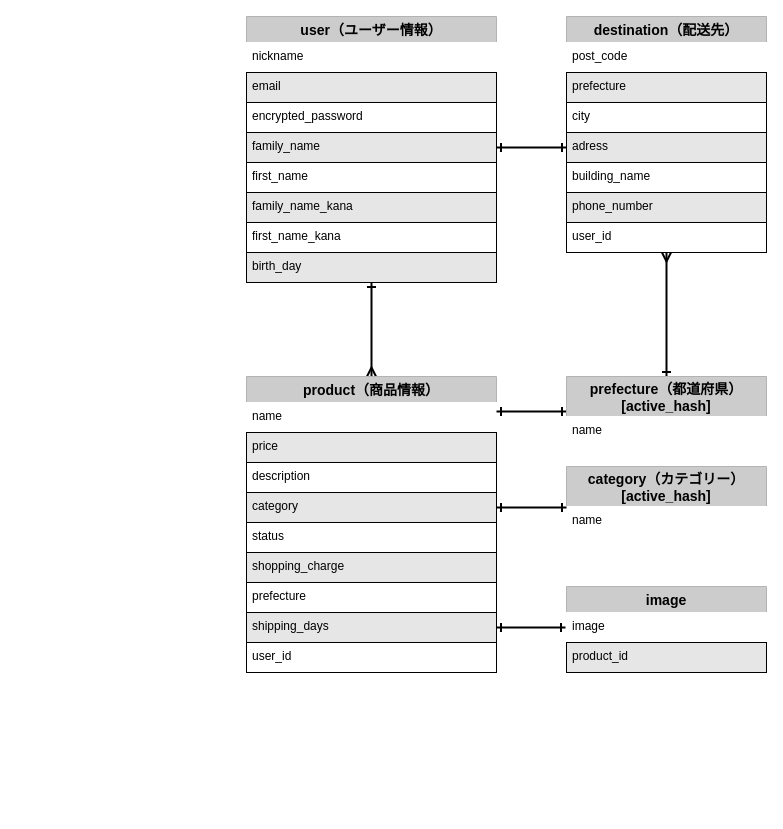
Earlier version of the draw.io diagram database.dio (KatKeeeen/furima-38577-2). Source tidied: cells renumbered, new cells numbered last; positions are measured from the earlier drawing's top-left corner, leaving out a move shared by most shapes. Both pictures are drawn from the tidied source at 100%, with x=0, y=0 at pixel (246, 16).
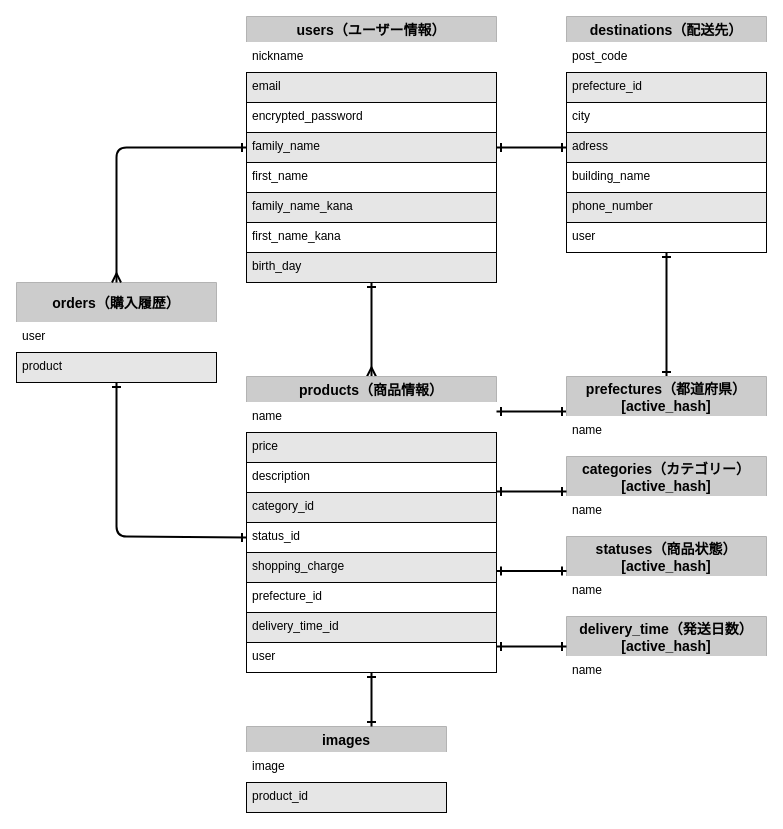
After the change.

Unchanged cells that the change refers to:
```xml
<mxCell id="7" value="family_name" style="text;strokeColor=default;fillColor=#E6E6E6;spacingLeft=4;spacingRight=4;overflow=hidden;points=[[0,0.5],[1,0.5]];portConstraint=eastwest;fontSize=12;fontColor=#000000;" parent="3" vertex="1">
  <mxGeometry y="116" width="250" height="30" as="geometry" />
</mxCell>
<mxCell id="31" value="image" style="text;strokeColor=#FFFFFF;fillColor=#FFFFFF;spacingLeft=4;spacingRight=4;overflow=hidden;points=[[0,0.5],[1,0.5]];portConstraint=eastwest;fontSize=12;perimeterSpacing=1;fontColor=#000000;" parent="30" vertex="1">
  <mxGeometry y="26" width="200" height="30" as="geometry" />
</mxCell>
```

What changed in the source:
```diff
@@
-    <mxCell id="3" value="user（ユーザー情報）" style="swimlane;fontStyle=1;horizontal=1;startSize=26;align=center;fontSize=14;fillColor=#CCCCCC;strokeColor=#B3B3B3;fontColor=#000000;perimeterSpacing=0;" parent="1" vertex="1">
+    <mxCell id="3" value="users（ユーザー情報）" style="swimlane;fontStyle=1;horizontal=1;startSize=26;align=center;fontSize=14;fillColor=#CCCCCC;strokeColor=#B3B3B3;fontColor=#000000;perimeterSpacing=0;" parent="1" vertex="1">
       <mxGeometry width="250" height="266" as="geometry" />
     </mxCell>
@@
-    <mxCell id="12" value="product（商品情報）" style="swimlane;fontStyle=1;horizontal=1;startSize=26;align=center;fontSize=14;fillColor=#CCCCCC;strokeColor=#B3B3B3;fontColor=#000000;perimeterSpacing=0;" parent="1" vertex="1">
+    <mxCell id="12" value="products（商品情報）" style="swimlane;fontStyle=1;horizontal=1;startSize=26;align=center;fontSize=14;fillColor=#CCCCCC;strokeColor=#B3B3B3;fontColor=#000000;perimeterSpacing=0;" parent="1" vertex="1">
       <mxGeometry y="360" width="250" height="296" as="geometry" />
     </mxCell>
@@
-    <mxCell id="16" value="category" style="text;strokeColor=default;fillColor=#E6E6E6;spacingLeft=4;spacingRight=4;overflow=hidden;points=[[0,0.5],[1,0.5]];portConstraint=eastwest;fontSize=12;fontColor=#000000;" parent="12" vertex="1">
+    <mxCell id="16" value="category_id" style="text;strokeColor=default;fillColor=#E6E6E6;spacingLeft=4;spacingRight=4;overflow=hidden;points=[[0,0.5],[1,0.5]];portConstraint=eastwest;fontSize=12;fontColor=#000000;" parent="12" vertex="1">
       <mxGeometry y="116" width="250" height="30" as="geometry" />
     </mxCell>
-    <mxCell id="17" value="status" style="text;strokeColor=default;fillColor=#FFFFFF;spacingLeft=4;spacingRight=4;overflow=hidden;points=[[0,0.5],[1,0.5]];portConstraint=eastwest;fontSize=12;fontColor=#000000;" parent="12" vertex="1">
+    <mxCell id="17" value="status_id" style="text;strokeColor=default;fillColor=#FFFFFF;spacingLeft=4;spacingRight=4;overflow=hidden;points=[[0,0.5],[1,0.5]];portConstraint=eastwest;fontSize=12;fontColor=#000000;" parent="12" vertex="1">
       <mxGeometry y="146" width="250" height="30" as="geometry" />
     </mxCell>
@@
-    <mxCell id="19" value="prefecture" style="text;strokeColor=default;fillColor=#FFFFFF;spacingLeft=4;spacingRight=4;overflow=hidden;fontSize=12;gradientColor=none;fontColor=#000000;" parent="12" vertex="1">
+    <mxCell id="19" value="prefecture_id" style="text;strokeColor=default;fillColor=#FFFFFF;spacingLeft=4;spacingRight=4;overflow=hidden;fontSize=12;gradientColor=none;fontColor=#000000;" parent="12" vertex="1">
       <mxGeometry y="206" width="250" height="30" as="geometry" />
     </mxCell>
-    <mxCell id="20" value="shipping_days" style="text;strokeColor=default;fillColor=#E6E6E6;spacingLeft=4;spacingRight=4;overflow=hidden;fontSize=12;fontColor=#000000;" parent="12" vertex="1">
+    <mxCell id="20" value="delivery_time_id" style="text;strokeColor=default;fillColor=#E6E6E6;spacingLeft=4;spacingRight=4;overflow=hidden;fontSize=12;fontColor=#000000;" parent="12" vertex="1">
       <mxGeometry y="236" width="250" height="30" as="geometry" />
     </mxCell>
-    <mxCell id="21" value="user_id" style="text;strokeColor=default;fillColor=#FFFFFF;spacingLeft=4;spacingRight=4;overflow=hidden;fontSize=12;gradientColor=none;fontColor=#000000;" parent="12" vertex="1">
+    <mxCell id="21" value="user" style="text;strokeColor=default;fillColor=#FFFFFF;spacingLeft=4;spacingRight=4;overflow=hidden;fontSize=12;gradientColor=none;fontColor=#000000;" parent="12" vertex="1">
       <mxGeometry y="266" width="250" height="30" as="geometry" />
     </mxCell>
-    <mxCell id="22" value="destination（配送先）" style="swimlane;fontStyle=1;horizontal=1;startSize=26;align=center;fontSize=14;fillColor=#CCCCCC;strokeColor=#B3B3B3;fontColor=#000000;perimeterSpacing=0;" parent="1" vertex="1">
+    <mxCell id="22" value="destinations（配送先）" style="swimlane;fontStyle=1;horizontal=1;startSize=26;align=center;fontSize=14;fillColor=#CCCCCC;strokeColor=#B3B3B3;fontColor=#000000;perimeterSpacing=0;" parent="1" vertex="1">
       <mxGeometry x="320" width="200" height="236" as="geometry" />
     </mxCell>
@@
-    <mxCell id="24" value="prefecture" style="text;strokeColor=default;fillColor=#E6E6E6;spacingLeft=4;spacingRight=4;overflow=hidden;fontSize=12;fontColor=#000000;" parent="22" vertex="1">
+    <mxCell id="24" value="prefecture_id" style="text;strokeColor=default;fillColor=#E6E6E6;spacingLeft=4;spacingRight=4;overflow=hidden;fontSize=12;fontColor=#000000;" parent="22" vertex="1">
       <mxGeometry y="56" width="200" height="30" as="geometry" />
     </mxCell>
@@
-    <mxCell id="29" value="user_id" style="text;strokeColor=default;fillColor=#FFFFFF;spacingLeft=4;spacingRight=4;overflow=hidden;fontSize=12;gradientColor=none;fontColor=#000000;" parent="22" vertex="1">
+    <mxCell id="29" value="user" style="text;strokeColor=default;fillColor=#FFFFFF;spacingLeft=4;spacingRight=4;overflow=hidden;fontSize=12;gradientColor=none;fontColor=#000000;" parent="22" vertex="1">
       <mxGeometry y="206" width="200" height="30" as="geometry" />
     </mxCell>
-    <mxCell id="30" value="image" style="swimlane;fontStyle=1;horizontal=1;startSize=26;align=center;fontSize=14;fillColor=#CCCCCC;strokeColor=#B3B3B3;fontColor=#000000;perimeterSpacing=0;" parent="1" vertex="1">
-      <mxGeometry x="320" y="570" width="200" height="86" as="geometry" />
+    <mxCell id="30" value="images" style="swimlane;fontStyle=1;horizontal=1;startSize=26;align=center;fontSize=14;fillColor=#CCCCCC;strokeColor=#B3B3B3;fontColor=#000000;perimeterSpacing=0;" parent="1" vertex="1">
+      <mxGeometry y="710" width="200" height="86" as="geometry" />
     </mxCell>
@@
-    <mxCell id="33" value="category（カテゴリー）&#10;[active_hash]" style="swimlane;fontStyle=1;horizontal=1;startSize=40;align=center;fontSize=14;fillColor=#CCCCCC;strokeColor=#B3B3B3;fontColor=#000000;perimeterSpacing=0;" parent="1" vertex="1">
-      <mxGeometry x="320" y="450" width="200" height="70" as="geometry" />
+    <mxCell id="33" value="categories（カテゴリー）&#10;[active_hash]" style="swimlane;fontStyle=1;horizontal=1;startSize=40;align=center;fontSize=14;fillColor=#CCCCCC;strokeColor=#B3B3B3;fontColor=#000000;perimeterSpacing=0;" parent="1" vertex="1">
+      <mxGeometry x="320" y="440" width="200" height="70" as="geometry" />
     </mxCell>
@@
-    <mxCell id="35" style="edgeStyle=none;html=1;entryX=0;entryY=0.5;entryDx=0;entryDy=0;startArrow=ERone;startFill=0;endArrow=ERone;endFill=0;strokeWidth=2;" parent="1" edge="1" target="31">
+    <mxCell id="35" style="edgeStyle=none;html=1;startArrow=ERone;startFill=0;endArrow=ERone;endFill=0;strokeWidth=2;exitX=0.5;exitY=1;exitDx=0;exitDy=0;" parent="1" edge="1" source="12">
       <mxGeometry relative="1" as="geometry">
-        <mxPoint x="250" y="611" as="sourcePoint" />
+        <mxPoint x="125" y="710" as="targetPoint" />
       </mxGeometry>
     </mxCell>
-    <mxCell id="36" style="edgeStyle=none;html=1;startArrow=ERone;startFill=0;endArrow=ERone;endFill=0;strokeWidth=2;entryX=1;entryY=0.5;entryDx=0;entryDy=0;" parent="1" edge="1" target="16">
+    <mxCell id="36" style="edgeStyle=none;html=1;startArrow=ERone;startFill=0;endArrow=ERone;endFill=0;strokeWidth=2;exitX=0;exitY=0.5;exitDx=0;exitDy=0;" parent="1" edge="1" source="33">
       <mxGeometry relative="1" as="geometry">
-        <mxPoint x="320" y="491" as="sourcePoint" />
+        <mxPoint x="250" y="475" as="targetPoint" />
       </mxGeometry>
     </mxCell>
-    <mxCell id="37" style="edgeStyle=none;html=1;exitX=0.5;exitY=0;exitDx=0;exitDy=0;entryX=0.5;entryY=1;entryDx=0;entryDy=0;startArrow=ERone;startFill=0;endArrow=ERmany;endFill=0;strokeWidth=2;" parent="1" edge="1" source="39" target="22">
+    <mxCell id="37" style="edgeStyle=none;html=1;exitX=0.5;exitY=0;exitDx=0;exitDy=0;entryX=0.5;entryY=1;entryDx=0;entryDy=0;startArrow=ERone;startFill=0;endArrow=ERone;endFill=0;strokeWidth=2;" parent="1" edge="1" source="39" target="22">
       <mxGeometry relative="1" as="geometry" />
     </mxCell>
@@
-    <mxCell id="39" value="prefecture（都道府県）&#10;[active_hash]" style="swimlane;fontStyle=1;horizontal=1;startSize=40;align=center;fontSize=14;fillColor=#CCCCCC;strokeColor=#B3B3B3;fontColor=#000000;perimeterSpacing=0;" parent="1" vertex="1">
+    <mxCell id="39" value="prefectures（都道府県）&#10;[active_hash]" style="swimlane;fontStyle=1;horizontal=1;startSize=40;align=center;fontSize=14;fillColor=#CCCCCC;strokeColor=#B3B3B3;fontColor=#000000;perimeterSpacing=0;" parent="1" vertex="1">
       <mxGeometry x="320" y="360" width="200" height="70" as="geometry" />
     </mxCell>
@@
+    <mxCell id="42" value="statuses（商品状態）&#10;[active_hash]" style="swimlane;fontStyle=1;horizontal=1;startSize=40;align=center;fontSize=14;fillColor=#CCCCCC;strokeColor=#B3B3B3;fontColor=#000000;perimeterSpacing=0;" parent="1" vertex="1">
+      <mxGeometry x="320" y="520" width="200" height="70" as="geometry" />
+    </mxCell>
+    <mxCell id="43" value="name" style="text;strokeColor=#FFFFFF;fillColor=#FFFFFF;spacingLeft=4;spacingRight=4;overflow=hidden;fontSize=12;perimeterSpacing=1;fontColor=#000000;" parent="42" vertex="1">
+      <mxGeometry y="40" width="200" height="30" as="geometry" />
+    </mxCell>
+    <mxCell id="44" value="delivery_time（発送日数）&#10;[active_hash]" style="swimlane;fontStyle=1;horizontal=1;startSize=40;align=center;fontSize=14;fillColor=#CCCCCC;strokeColor=#B3B3B3;fontColor=#000000;perimeterSpacing=0;" parent="1" vertex="1">
+      <mxGeometry x="320" y="600" width="200" height="70" as="geometry" />
+    </mxCell>
+    <mxCell id="45" value="name" style="text;strokeColor=#FFFFFF;fillColor=#FFFFFF;spacingLeft=4;spacingRight=4;overflow=hidden;fontSize=12;perimeterSpacing=1;fontColor=#000000;" parent="44" vertex="1">
+      <mxGeometry y="40" width="200" height="30" as="geometry" />
+    </mxCell>
+    <mxCell id="46" style="edgeStyle=none;html=1;startArrow=ERone;startFill=0;endArrow=ERone;endFill=0;strokeWidth=2;exitX=0;exitY=0.5;exitDx=0;exitDy=0;" parent="1" edge="1">
+      <mxGeometry relative="1" as="geometry">
+        <mxPoint x="320" y="554.4" as="sourcePoint" />
+        <mxPoint x="250" y="554.4" as="targetPoint" />
+      </mxGeometry>
+    </mxCell>
+    <mxCell id="47" style="edgeStyle=none;html=1;startArrow=ERone;startFill=0;endArrow=ERone;endFill=0;strokeWidth=2;exitX=0;exitY=0.5;exitDx=0;exitDy=0;" parent="1" edge="1">
+      <mxGeometry relative="1" as="geometry">
+        <mxPoint x="320" y="630" as="sourcePoint" />
+        <mxPoint x="250" y="630" as="targetPoint" />
+      </mxGeometry>
+    </mxCell>
+    <mxCell id="48" value="orders（購入履歴）" style="swimlane;fontStyle=1;horizontal=1;startSize=40;align=center;fontSize=14;fillColor=#CCCCCC;strokeColor=#B3B3B3;fontColor=#000000;perimeterSpacing=0;" parent="1" vertex="1">
+      <mxGeometry x="-230" y="266" width="200" height="100" as="geometry" />
+    </mxCell>
+    <mxCell id="49" value="user" style="text;strokeColor=#FFFFFF;fillColor=#FFFFFF;spacingLeft=4;spacingRight=4;overflow=hidden;fontSize=12;perimeterSpacing=1;fontColor=#000000;" parent="48" vertex="1">
+      <mxGeometry y="40" width="200" height="30" as="geometry" />
+    </mxCell>
+    <mxCell id="50" value="product" style="text;strokeColor=default;fillColor=#E6E6E6;spacingLeft=4;spacingRight=4;overflow=hidden;fontSize=12;fontColor=#000000;" parent="48" vertex="1">
+      <mxGeometry y="70" width="200" height="30" as="geometry" />
+    </mxCell>
+    <mxCell id="51" style="edgeStyle=none;html=1;exitX=0;exitY=0.5;exitDx=0;exitDy=0;entryX=0.5;entryY=0;entryDx=0;entryDy=0;startArrow=ERone;startFill=0;endArrow=ERmany;endFill=0;strokeWidth=2;" parent="1" edge="1" source="7" target="48">
+      <mxGeometry relative="1" as="geometry">
+        <Array as="points">
+          <mxPoint x="-130" y="131" />
+        </Array>
+      </mxGeometry>
+    </mxCell>
+    <mxCell id="52" style="edgeStyle=none;html=1;exitX=0;exitY=0.5;exitDx=0;exitDy=0;entryX=0.5;entryY=1;entryDx=0;entryDy=0;startArrow=ERone;startFill=0;endArrow=ERone;endFill=0;strokeWidth=2;" parent="1" edge="1" source="17" target="48">
+      <mxGeometry relative="1" as="geometry">
+        <Array as="points">
+          <mxPoint x="-130" y="520" />
+        </Array>
+      </mxGeometry>
+    </mxCell>
```
